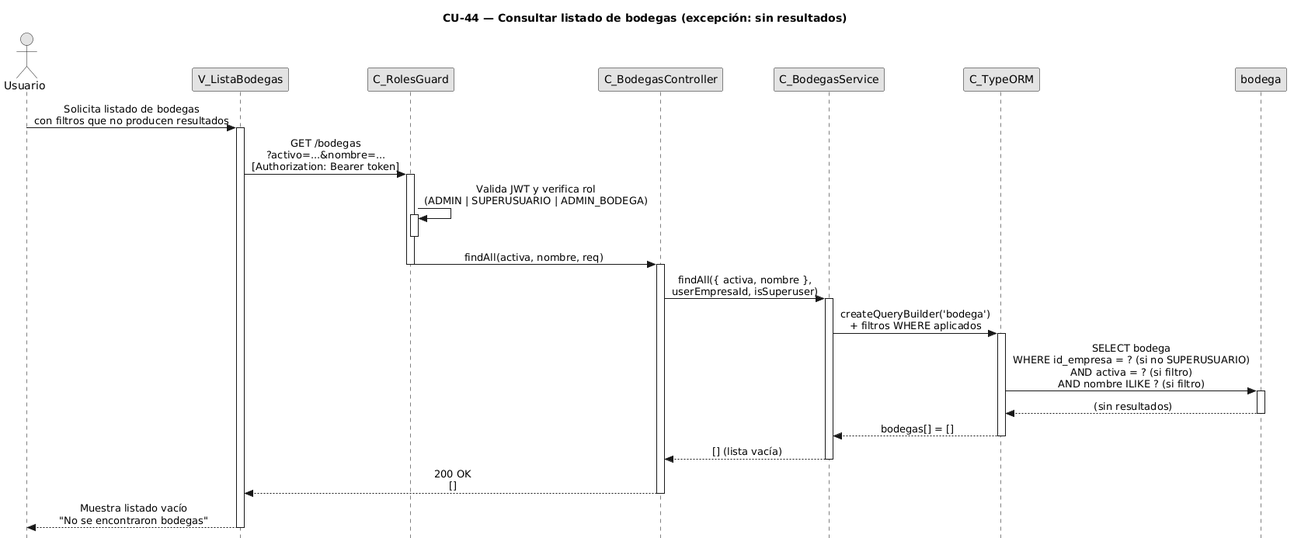
The PlantUML diagram diagramas-secuencia/CU44/CU44-exc-sin-resultados.png in FSM-Finet-y-Cable-Magico/Team_1-Inventario-y-Bodega, before a commit.
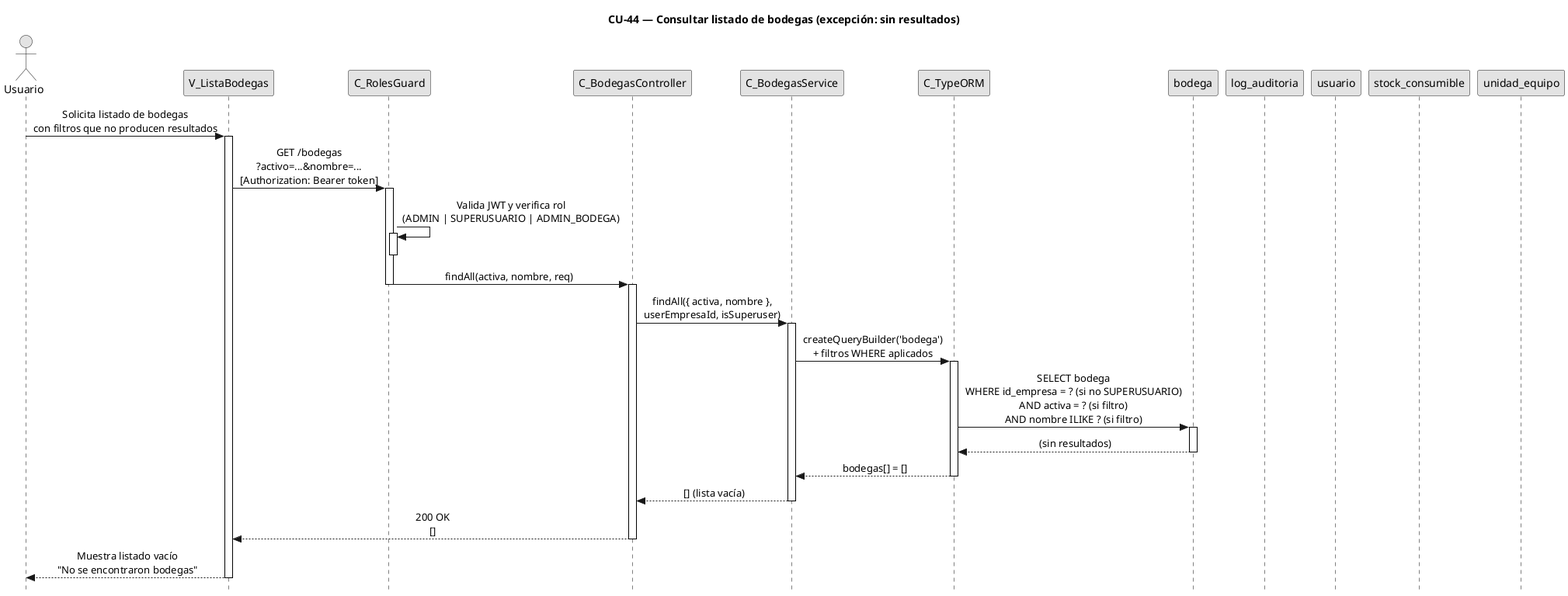
Above is the later version.

Change to the diagram source:
```diff
@@ -1,4 +1,4 @@
-@startuml
+@startuml CU44-exc-sin-resultados
 title CU-44 — Consultar listado de bodegas (excepción: sin resultados)
 
 skinparam style strictuml
@@ -18,6 +18,10 @@
 participant "C_BodegasService" as svc
 participant "C_TypeORM" as orm
 participant "bodega" as bent
+participant "log_auditoria" as aent
+participant "usuario" as uent
+participant "stock_consumible" as scent
+participant "unidad_equipo" as ueent
 
 user -> view : Solicita listado de bodegas\ncon filtros que no producen resultados
 activate view
@@ -55,4 +59,5 @@
 
 view --> user : Muestra listado vacío\n"No se encontraron bodegas"
 deactivate view
+
 @enduml
```
